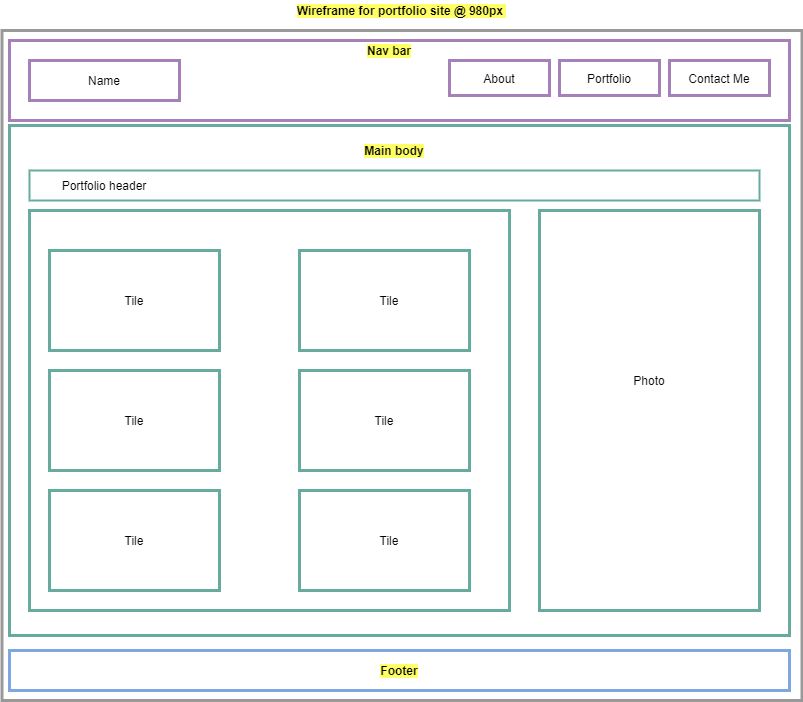
This is assets/images/portfolio_wireframe.png from KEDuran/KEDuran.github.io, a draw.io export, as it was before one commit. Source tidied: cells renumbered, new cells last; positions are measured from the earlier drawing's top-left corner, leaving out a move shared by most shapes. Source of this version:
```xml
<mxGraphModel>
  <root>
    <mxCell id="0" />
    <mxCell id="1" parent="0" />
    <mxCell id="2" style="rounded=0;whiteSpace=wrap;html=1;strokeWidth=3;strokeColor=#999999;" parent="1" vertex="1">
      <mxGeometry x="0.5" y="30" width="800" height="670" as="geometry" />
    </mxCell>
    <mxCell id="3" style="rounded=0;whiteSpace=wrap;html=1;strokeColor=#A680B8;strokeWidth=3;" parent="1" vertex="1">
      <mxGeometry x="8" y="40" width="780" height="80" as="geometry" />
    </mxCell>
    <mxCell id="4" value="&lt;font size=&quot;1&quot;&gt;&lt;b style=&quot;font-size: 12px&quot;&gt;Nav bar&lt;/b&gt;&lt;/font&gt;" style="text;html=1;strokeColor=none;fillColor=none;align=center;verticalAlign=middle;whiteSpace=wrap;rounded=0;fontColor=#000000;labelBackgroundColor=#FFFF66;" parent="1" vertex="1">
      <mxGeometry x="358" y="40" width="60" height="20" as="geometry" />
    </mxCell>
    <mxCell id="5" value="&lt;b&gt;&lt;font style=&quot;font-size: 12px ; background-color: rgb(255 , 255 , 102)&quot;&gt;Wireframe for portfolio site @ 980px&amp;nbsp;&lt;/font&gt;&lt;/b&gt;" style="text;html=1;strokeColor=none;fillColor=none;align=center;verticalAlign=middle;whiteSpace=wrap;rounded=0;" parent="1" vertex="1">
      <mxGeometry x="273" width="255" height="20" as="geometry" />
    </mxCell>
    <mxCell id="6" value="Name" style="rounded=0;whiteSpace=wrap;html=1;strokeColor=#A680B8;strokeWidth=3;" parent="1" vertex="1">
      <mxGeometry x="28" y="60" width="150" height="40" as="geometry" />
    </mxCell>
    <mxCell id="7" value="About" style="rounded=0;whiteSpace=wrap;html=1;strokeColor=#999999;strokeWidth=3;" parent="1" vertex="1">
      <mxGeometry x="448" y="60" width="100" height="35" as="geometry" />
    </mxCell>
    <mxCell id="8" value="Portfolio" style="rounded=0;whiteSpace=wrap;html=1;strokeColor=#A680B8;strokeWidth=3;" parent="1" vertex="1">
      <mxGeometry x="558" y="60" width="100" height="35" as="geometry" />
    </mxCell>
    <mxCell id="9" value="Contact Me" style="rounded=0;whiteSpace=wrap;html=1;strokeColor=#A680B8;strokeWidth=3;" parent="1" vertex="1">
      <mxGeometry x="668" y="60" width="100" height="35" as="geometry" />
    </mxCell>
    <mxCell id="10" value="About" style="rounded=0;whiteSpace=wrap;html=1;strokeColor=#A680B8;strokeWidth=3;" parent="1" vertex="1">
      <mxGeometry x="448" y="60" width="100" height="35" as="geometry" />
    </mxCell>
    <mxCell id="11" style="rounded=0;whiteSpace=wrap;html=1;strokeColor=#7EA6E0;strokeWidth=3;" parent="1" vertex="1">
      <mxGeometry x="8" y="650" width="780" height="40" as="geometry" />
    </mxCell>
    <mxCell id="12" style="rounded=0;whiteSpace=wrap;html=1;strokeColor=#67AB9F;strokeWidth=3;" parent="1" vertex="1">
      <mxGeometry x="8" y="125" width="780" height="510" as="geometry" />
    </mxCell>
    <mxCell id="13" value="&lt;b&gt;Footer&lt;/b&gt;" style="text;html=1;strokeColor=none;fillColor=none;align=center;verticalAlign=middle;whiteSpace=wrap;rounded=0;fontColor=#000000;labelBackgroundColor=#FFFF66;" parent="1" vertex="1">
      <mxGeometry x="368" y="660" width="60" height="20" as="geometry" />
    </mxCell>
    <mxCell id="14" value="&lt;font size=&quot;1&quot;&gt;&lt;b style=&quot;font-size: 12px&quot;&gt;Main body&lt;/b&gt;&lt;/font&gt;" style="text;html=1;strokeColor=none;fillColor=none;align=center;verticalAlign=middle;whiteSpace=wrap;rounded=0;fontColor=#000000;labelBackgroundColor=#FFFF66;" parent="1" vertex="1">
      <mxGeometry x="358" y="140" width="70" height="20" as="geometry" />
    </mxCell>
    <mxCell id="15" style="rounded=0;whiteSpace=wrap;html=1;labelBackgroundColor=#FFFF66;strokeColor=#67AB9F;strokeWidth=3;fontColor=#000000;" parent="1" vertex="1">
      <mxGeometry x="28" y="210" width="480" height="400" as="geometry" />
    </mxCell>
    <mxCell id="16" style="rounded=0;whiteSpace=wrap;html=1;labelBackgroundColor=#FFFF66;strokeColor=#67AB9F;strokeWidth=3;fontColor=#000000;" parent="1" vertex="1">
      <mxGeometry x="538" y="210" width="220" height="400" as="geometry" />
    </mxCell>
    <mxCell id="17" value="Photo" style="text;html=1;strokeColor=none;fillColor=none;align=center;verticalAlign=middle;whiteSpace=wrap;rounded=0;labelBackgroundColor=#FFFFFF;fontColor=#000000;" parent="1" vertex="1">
      <mxGeometry x="628" y="370" width="40" height="20" as="geometry" />
    </mxCell>
    <mxCell id="18" style="rounded=0;whiteSpace=wrap;html=1;labelBackgroundColor=#FFFFFF;strokeColor=#67AB9F;strokeWidth=3;fontColor=#000000;" parent="1" vertex="1">
      <mxGeometry x="48" y="250" width="170" height="100" as="geometry" />
    </mxCell>
    <mxCell id="19" style="rounded=0;whiteSpace=wrap;html=1;labelBackgroundColor=#FFFFFF;strokeColor=#67AB9F;strokeWidth=3;fontColor=#000000;" parent="1" vertex="1">
      <mxGeometry x="48" y="490" width="170" height="100" as="geometry" />
    </mxCell>
    <mxCell id="20" style="rounded=0;whiteSpace=wrap;html=1;labelBackgroundColor=#FFFFFF;strokeColor=#67AB9F;strokeWidth=3;fontColor=#000000;" parent="1" vertex="1">
      <mxGeometry x="48" y="370" width="170" height="100" as="geometry" />
    </mxCell>
    <mxCell id="21" style="rounded=0;whiteSpace=wrap;html=1;labelBackgroundColor=#FFFFFF;strokeColor=#67AB9F;strokeWidth=3;fontColor=#000000;" parent="1" vertex="1">
      <mxGeometry x="298" y="250" width="170" height="100" as="geometry" />
    </mxCell>
    <mxCell id="22" style="rounded=0;whiteSpace=wrap;html=1;labelBackgroundColor=#FFFFFF;strokeColor=#67AB9F;strokeWidth=3;fontColor=#000000;" parent="1" vertex="1">
      <mxGeometry x="298" y="370" width="170" height="100" as="geometry" />
    </mxCell>
    <mxCell id="23" style="rounded=0;whiteSpace=wrap;html=1;labelBackgroundColor=#FFFFFF;strokeColor=#67AB9F;strokeWidth=3;fontColor=#000000;" parent="1" vertex="1">
      <mxGeometry x="298" y="490" width="170" height="100" as="geometry" />
    </mxCell>
    <mxCell id="24" value="Tile" style="text;html=1;strokeColor=none;fillColor=none;align=center;verticalAlign=middle;whiteSpace=wrap;rounded=0;labelBackgroundColor=#FFFFFF;fontColor=#000000;" parent="1" vertex="1">
      <mxGeometry x="113" y="290" width="40" height="20" as="geometry" />
    </mxCell>
    <mxCell id="25" value="Tile" style="text;html=1;strokeColor=none;fillColor=none;align=center;verticalAlign=middle;whiteSpace=wrap;rounded=0;labelBackgroundColor=#FFFFFF;fontColor=#000000;" parent="1" vertex="1">
      <mxGeometry x="363" y="410" width="40" height="20" as="geometry" />
    </mxCell>
    <mxCell id="26" value="Tile" style="text;html=1;strokeColor=none;fillColor=none;align=center;verticalAlign=middle;whiteSpace=wrap;rounded=0;labelBackgroundColor=#FFFFFF;fontColor=#000000;" parent="1" vertex="1">
      <mxGeometry x="113" y="410" width="40" height="20" as="geometry" />
    </mxCell>
    <mxCell id="27" value="Tile" style="text;html=1;strokeColor=none;fillColor=none;align=center;verticalAlign=middle;whiteSpace=wrap;rounded=0;labelBackgroundColor=#FFFFFF;fontColor=#000000;" parent="1" vertex="1">
      <mxGeometry x="368" y="290" width="40" height="20" as="geometry" />
    </mxCell>
    <mxCell id="28" value="Tile" style="text;html=1;strokeColor=none;fillColor=none;align=center;verticalAlign=middle;whiteSpace=wrap;rounded=0;labelBackgroundColor=#FFFFFF;fontColor=#000000;" parent="1" vertex="1">
      <mxGeometry x="113" y="530" width="40" height="20" as="geometry" />
    </mxCell>
    <mxCell id="29" value="Tile" style="text;html=1;strokeColor=none;fillColor=none;align=center;verticalAlign=middle;whiteSpace=wrap;rounded=0;labelBackgroundColor=#FFFFFF;fontColor=#000000;" parent="1" vertex="1">
      <mxGeometry x="368" y="530" width="40" height="20" as="geometry" />
    </mxCell>
    <mxCell id="30" style="rounded=0;whiteSpace=wrap;html=1;labelBackgroundColor=#FFFFFF;strokeColor=#67AB9F;strokeWidth=2;fontColor=#000000;align=left;" parent="1" vertex="1">
      <mxGeometry x="28" y="170" width="730" height="30" as="geometry" />
    </mxCell>
    <mxCell id="31" value="Portfolio header" style="text;html=1;strokeColor=none;fillColor=none;align=center;verticalAlign=middle;whiteSpace=wrap;rounded=0;labelBackgroundColor=#FFFFFF;fontColor=#000000;" parent="1" vertex="1">
      <mxGeometry x="48" y="175" width="110" height="20" as="geometry" />
    </mxCell>
  </root>
</mxGraphModel>
```
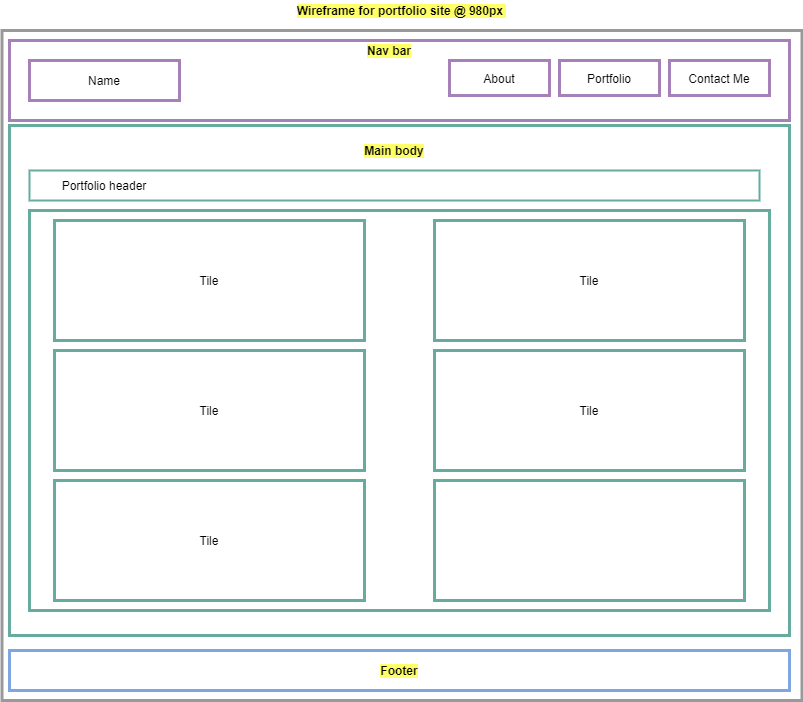
Later version of the same file.

Commit message:
modified readme.html to included updated wireframe image

Diff of the diagram source:
```diff
@@ -42,55 +42,31 @@
       <mxGeometry x="358" y="140" width="70" height="20" as="geometry" />
     </mxCell>
     <mxCell id="15" style="rounded=0;whiteSpace=wrap;html=1;labelBackgroundColor=#FFFF66;strokeColor=#67AB9F;strokeWidth=3;fontColor=#000000;" parent="1" vertex="1">
-      <mxGeometry x="28" y="210" width="480" height="400" as="geometry" />
+      <mxGeometry x="28" y="210" width="740" height="400" as="geometry" />
     </mxCell>
-    <mxCell id="16" style="rounded=0;whiteSpace=wrap;html=1;labelBackgroundColor=#FFFF66;strokeColor=#67AB9F;strokeWidth=3;fontColor=#000000;" parent="1" vertex="1">
-      <mxGeometry x="538" y="210" width="220" height="400" as="geometry" />
-    </mxCell>
-    <mxCell id="17" value="Photo" style="text;html=1;strokeColor=none;fillColor=none;align=center;verticalAlign=middle;whiteSpace=wrap;rounded=0;labelBackgroundColor=#FFFFFF;fontColor=#000000;" parent="1" vertex="1">
-      <mxGeometry x="628" y="370" width="40" height="20" as="geometry" />
-    </mxCell>
-    <mxCell id="18" style="rounded=0;whiteSpace=wrap;html=1;labelBackgroundColor=#FFFFFF;strokeColor=#67AB9F;strokeWidth=3;fontColor=#000000;" parent="1" vertex="1">
-      <mxGeometry x="48" y="250" width="170" height="100" as="geometry" />
+    <mxCell id="18" value="Tile" style="rounded=0;whiteSpace=wrap;html=1;labelBackgroundColor=#FFFFFF;strokeColor=#67AB9F;strokeWidth=3;fontColor=#000000;" parent="1" vertex="1">
+      <mxGeometry x="53" y="220" width="310" height="120" as="geometry" />
     </mxCell>
-    <mxCell id="19" style="rounded=0;whiteSpace=wrap;html=1;labelBackgroundColor=#FFFFFF;strokeColor=#67AB9F;strokeWidth=3;fontColor=#000000;" parent="1" vertex="1">
-      <mxGeometry x="48" y="490" width="170" height="100" as="geometry" />
-    </mxCell>
-    <mxCell id="20" style="rounded=0;whiteSpace=wrap;html=1;labelBackgroundColor=#FFFFFF;strokeColor=#67AB9F;strokeWidth=3;fontColor=#000000;" parent="1" vertex="1">
-      <mxGeometry x="48" y="370" width="170" height="100" as="geometry" />
-    </mxCell>
-    <mxCell id="21" style="rounded=0;whiteSpace=wrap;html=1;labelBackgroundColor=#FFFFFF;strokeColor=#67AB9F;strokeWidth=3;fontColor=#000000;" parent="1" vertex="1">
-      <mxGeometry x="298" y="250" width="170" height="100" as="geometry" />
-    </mxCell>
-    <mxCell id="22" style="rounded=0;whiteSpace=wrap;html=1;labelBackgroundColor=#FFFFFF;strokeColor=#67AB9F;strokeWidth=3;fontColor=#000000;" parent="1" vertex="1">
-      <mxGeometry x="298" y="370" width="170" height="100" as="geometry" />
-    </mxCell>
-    <mxCell id="23" style="rounded=0;whiteSpace=wrap;html=1;labelBackgroundColor=#FFFFFF;strokeColor=#67AB9F;strokeWidth=3;fontColor=#000000;" parent="1" vertex="1">
-      <mxGeometry x="298" y="490" width="170" height="100" as="geometry" />
-    </mxCell>
-    <mxCell id="24" value="Tile" style="text;html=1;strokeColor=none;fillColor=none;align=center;verticalAlign=middle;whiteSpace=wrap;rounded=0;labelBackgroundColor=#FFFFFF;fontColor=#000000;" parent="1" vertex="1">
-      <mxGeometry x="113" y="290" width="40" height="20" as="geometry" />
-    </mxCell>
-    <mxCell id="25" value="Tile" style="text;html=1;strokeColor=none;fillColor=none;align=center;verticalAlign=middle;whiteSpace=wrap;rounded=0;labelBackgroundColor=#FFFFFF;fontColor=#000000;" parent="1" vertex="1">
-      <mxGeometry x="363" y="410" width="40" height="20" as="geometry" />
-    </mxCell>
-    <mxCell id="26" value="Tile" style="text;html=1;strokeColor=none;fillColor=none;align=center;verticalAlign=middle;whiteSpace=wrap;rounded=0;labelBackgroundColor=#FFFFFF;fontColor=#000000;" parent="1" vertex="1">
-      <mxGeometry x="113" y="410" width="40" height="20" as="geometry" />
-    </mxCell>
-    <mxCell id="27" value="Tile" style="text;html=1;strokeColor=none;fillColor=none;align=center;verticalAlign=middle;whiteSpace=wrap;rounded=0;labelBackgroundColor=#FFFFFF;fontColor=#000000;" parent="1" vertex="1">
-      <mxGeometry x="368" y="290" width="40" height="20" as="geometry" />
-    </mxCell>
-    <mxCell id="28" value="Tile" style="text;html=1;strokeColor=none;fillColor=none;align=center;verticalAlign=middle;whiteSpace=wrap;rounded=0;labelBackgroundColor=#FFFFFF;fontColor=#000000;" parent="1" vertex="1">
-      <mxGeometry x="113" y="530" width="40" height="20" as="geometry" />
-    </mxCell>
-    <mxCell id="29" value="Tile" style="text;html=1;strokeColor=none;fillColor=none;align=center;verticalAlign=middle;whiteSpace=wrap;rounded=0;labelBackgroundColor=#FFFFFF;fontColor=#000000;" parent="1" vertex="1">
-      <mxGeometry x="368" y="530" width="40" height="20" as="geometry" />
-    </mxCell>
     <mxCell id="30" style="rounded=0;whiteSpace=wrap;html=1;labelBackgroundColor=#FFFFFF;strokeColor=#67AB9F;strokeWidth=2;fontColor=#000000;align=left;" parent="1" vertex="1">
       <mxGeometry x="28" y="170" width="730" height="30" as="geometry" />
     </mxCell>
     <mxCell id="31" value="Portfolio header" style="text;html=1;strokeColor=none;fillColor=none;align=center;verticalAlign=middle;whiteSpace=wrap;rounded=0;labelBackgroundColor=#FFFFFF;fontColor=#000000;" parent="1" vertex="1">
       <mxGeometry x="48" y="175" width="110" height="20" as="geometry" />
     </mxCell>
+    <mxCell id="32" value="Tile" style="rounded=0;whiteSpace=wrap;html=1;labelBackgroundColor=#FFFFFF;strokeColor=#67AB9F;strokeWidth=3;fontColor=#000000;" parent="1" vertex="1">
+      <mxGeometry x="433" y="220" width="310" height="120" as="geometry" />
+    </mxCell>
+    <mxCell id="33" value="Tile" style="rounded=0;whiteSpace=wrap;html=1;labelBackgroundColor=#FFFFFF;strokeColor=#67AB9F;strokeWidth=3;fontColor=#000000;" parent="1" vertex="1">
+      <mxGeometry x="433" y="350" width="310" height="120" as="geometry" />
+    </mxCell>
+    <mxCell id="34" style="rounded=0;whiteSpace=wrap;html=1;labelBackgroundColor=#FFFFFF;strokeColor=#67AB9F;strokeWidth=3;fontColor=#000000;" parent="1" vertex="1">
+      <mxGeometry x="433" y="480" width="310" height="120" as="geometry" />
+    </mxCell>
+    <mxCell id="35" value="Tile" style="rounded=0;whiteSpace=wrap;html=1;labelBackgroundColor=#FFFFFF;strokeColor=#67AB9F;strokeWidth=3;fontColor=#000000;" parent="1" vertex="1">
+      <mxGeometry x="53" y="350" width="310" height="120" as="geometry" />
+    </mxCell>
+    <mxCell id="36" value="Tile" style="rounded=0;whiteSpace=wrap;html=1;labelBackgroundColor=#FFFFFF;strokeColor=#67AB9F;strokeWidth=3;fontColor=#000000;" parent="1" vertex="1">
+      <mxGeometry x="53" y="480" width="310" height="120" as="geometry" />
+    </mxCell>
   </root>
 </mxGraphModel>
```
